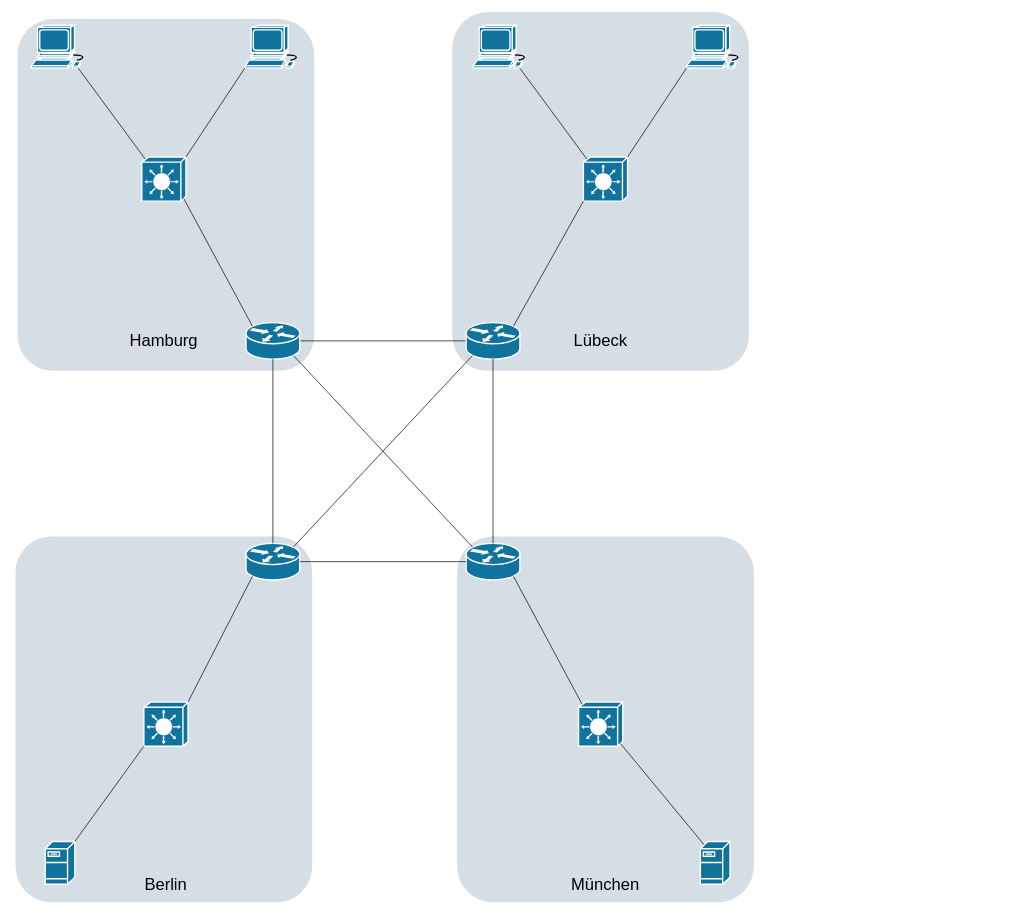
mvxsvchs/LF09 keeps this draw.io diagram as netzwerkplan.drawio. Above is the earlier version. Source tidied: cells renumbered, new cells numbered last; positions are measured from the earlier drawing's top-left corner, leaving out a move shared by most shapes. Both pictures are drawn from the tidied source at 69%, with x=0, y=0 at pixel (15, 12).
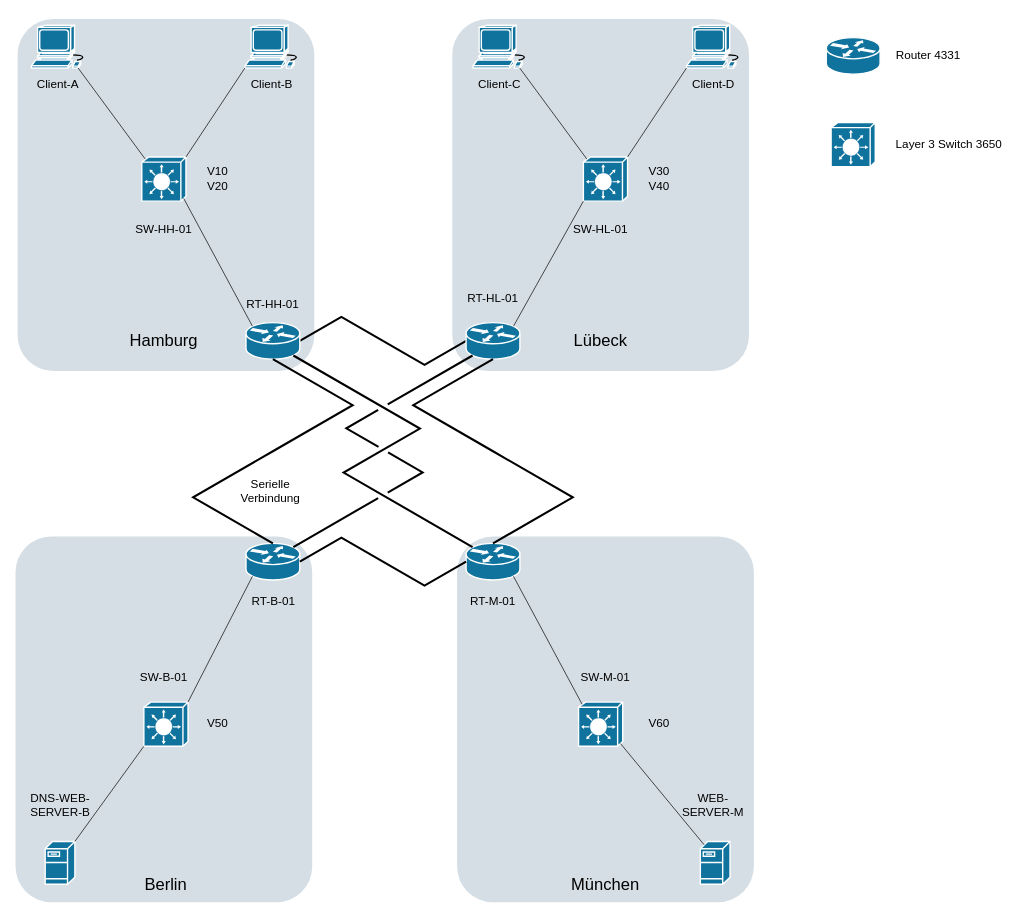
The same diagram, later.

Commit message:
Beschreibungen, Legende und Rune hinzugefügt

Unchanged cells that the change refers to:
```xml
<mxCell id="10" style="shape=mxgraph.cisco.routers.router;html=1;dashed=0;fillColor=#10739E;strokeColor=#ffffff;strokeWidth=2;verticalLabelPosition=bottom;verticalAlign=top;fontFamily=Helvetica;fontSize=36;fontColor=#FFB366;" parent="1" vertex="1">
  <mxGeometry x="334" y="450" width="78" height="53" as="geometry" />
</mxCell>
<mxCell id="11" style="shape=mxgraph.cisco.routers.router;html=1;dashed=0;fillColor=#10739E;strokeColor=#ffffff;strokeWidth=2;verticalLabelPosition=bottom;verticalAlign=top;fontFamily=Helvetica;fontSize=36;fontColor=#FFB366;" parent="1" vertex="1">
  <mxGeometry x="653" y="770" width="78" height="53" as="geometry" />
</mxCell>
<mxCell id="12" style="shape=mxgraph.cisco.routers.router;html=1;dashed=0;fillColor=#10739E;strokeColor=#ffffff;strokeWidth=2;verticalLabelPosition=bottom;verticalAlign=top;fontFamily=Helvetica;fontSize=36;fontColor=#FFB366;" parent="1" vertex="1">
  <mxGeometry x="653" y="450" width="78" height="53" as="geometry" />
</mxCell>
<mxCell id="13" style="shape=mxgraph.cisco.routers.router;html=1;dashed=0;fillColor=#10739E;strokeColor=#ffffff;strokeWidth=2;verticalLabelPosition=bottom;verticalAlign=top;fontFamily=Helvetica;fontSize=36;fontColor=#FFB366;" parent="1" vertex="1">
  <mxGeometry x="334" y="770" width="78" height="53" as="geometry" />
</mxCell>
```

What changed in the source:
```diff
@@
     <mxCell id="5" style="rounded=1;whiteSpace=wrap;html=1;strokeColor=none;fillColor=#BAC8D3;fontSize=24;fontColor=#23445D;align=center;opacity=60;arcSize=12;shadow=0;" parent="1" vertex="1">
-      <mxGeometry x="633" width="430" height="520" as="geometry" />
+      <mxGeometry x="633" y="10" width="430" height="510" as="geometry" />
     </mxCell>
@@
-    <mxCell id="9" style="edgeStyle=orthogonalEdgeStyle;rounded=0;jettySize=auto;html=1;exitX=1;exitY=0.5;exitDx=0;exitDy=0;exitPerimeter=0;endArrow=none;startFill=0;" parent="1" edge="1" source="10" target="12">
+    <mxCell id="9" style="edgeStyle=isometricEdgeStyle;rounded=0;jettySize=auto;html=1;exitX=1;exitY=0.5;exitDx=0;exitDy=0;exitPerimeter=0;endArrow=none;startFill=0;entryX=0;entryY=0.5;entryDx=0;entryDy=0;entryPerimeter=0;strokeColor=light-dark(#000000,#CC0000);strokeWidth=3;" parent="1" edge="1" source="10" target="12">
       <mxGeometry relative="1" as="geometry" />
     </mxCell>
@@
-    <mxCell id="24" style="edgeStyle=orthogonalEdgeStyle;rounded=0;jettySize=auto;html=1;exitX=0.5;exitY=1;exitDx=0;exitDy=0;exitPerimeter=0;entryX=0.5;entryY=0;entryDx=0;entryDy=0;entryPerimeter=0;endArrow=none;startFill=0;" parent="1" edge="1" source="12" target="11">
+    <mxCell id="24" style="edgeStyle=isometricEdgeStyle;rounded=0;jettySize=auto;html=1;exitX=0.5;exitY=1;exitDx=0;exitDy=0;exitPerimeter=0;entryX=0.5;entryY=0;entryDx=0;entryDy=0;entryPerimeter=0;endArrow=none;startFill=0;strokeWidth=3;strokeColor=light-dark(#000000,#CC0000);" parent="1" edge="1" source="12" target="11">
       <mxGeometry relative="1" as="geometry" />
     </mxCell>
-    <mxCell id="25" style="edgeStyle=orthogonalEdgeStyle;rounded=0;jettySize=auto;html=1;exitX=0;exitY=0.5;exitDx=0;exitDy=0;exitPerimeter=0;entryX=1;entryY=0.5;entryDx=0;entryDy=0;entryPerimeter=0;endArrow=none;startFill=0;" parent="1" edge="1" source="11" target="13">
+    <mxCell id="25" style="edgeStyle=isometricEdgeStyle;rounded=0;jettySize=auto;html=1;exitX=0;exitY=0.5;exitDx=0;exitDy=0;exitPerimeter=0;entryX=1;entryY=0.5;entryDx=0;entryDy=0;entryPerimeter=0;endArrow=none;startFill=0;strokeWidth=3;strokeColor=light-dark(#000000,#CC0000);" parent="1" edge="1" source="11" target="13">
       <mxGeometry relative="1" as="geometry" />
     </mxCell>
-    <mxCell id="26" style="edgeStyle=orthogonalEdgeStyle;rounded=0;jettySize=auto;html=1;exitX=0.5;exitY=0;exitDx=0;exitDy=0;exitPerimeter=0;entryX=0.5;entryY=1;entryDx=0;entryDy=0;entryPerimeter=0;endArrow=none;startFill=0;" parent="1" edge="1" source="13" target="10">
+    <mxCell id="26" style="edgeStyle=isometricEdgeStyle;rounded=0;jettySize=auto;html=1;exitX=0.5;exitY=0;exitDx=0;exitDy=0;exitPerimeter=0;entryX=0.5;entryY=1;entryDx=0;entryDy=0;entryPerimeter=0;endArrow=none;startFill=0;elbow=vertical;endSize=6;curved=0;arcSize=20;strokeColor=light-dark(#000000,#CC0000);strokeWidth=3;" parent="1" edge="1" source="13" target="10">
       <mxGeometry relative="1" as="geometry" />
     </mxCell>
@@
-    <mxCell id="38" style="rounded=0;jettySize=auto;html=1;exitX=0.88;exitY=0.9;exitDx=0;exitDy=0;exitPerimeter=0;entryX=0.12;entryY=0.1;entryDx=0;entryDy=0;entryPerimeter=0;endArrow=none;startFill=0;" parent="1" edge="1" source="10" target="11">
-      <mxGeometry relative="1" as="geometry" />
+    <mxCell id="38" style="rounded=0;jettySize=auto;html=1;exitX=0.88;exitY=0.9;exitDx=0;exitDy=0;exitPerimeter=0;entryX=0.12;entryY=0.1;entryDx=0;entryDy=0;entryPerimeter=0;endArrow=none;startFill=0;strokeWidth=3;strokeColor=light-dark(#000000,#CC0000);edgeStyle=isometricEdgeStyle;elbow=vertical;" parent="1" edge="1" source="10" target="11">
+      <mxGeometry relative="1" as="geometry">
+        <Array as="points">
+          <mxPoint x="523" y="640" />
+        </Array>
+      </mxGeometry>
     </mxCell>
-    <mxCell id="39" style="rounded=0;jettySize=auto;html=1;exitX=0.12;exitY=0.9;exitDx=0;exitDy=0;exitPerimeter=0;entryX=0.88;entryY=0.1;entryDx=0;entryDy=0;entryPerimeter=0;endArrow=none;startFill=0;" parent="1" edge="1" source="12" target="13">
-      <mxGeometry relative="1" as="geometry" />
+    <mxCell id="39" style="rounded=0;jettySize=auto;html=1;exitX=0.12;exitY=0.9;exitDx=0;exitDy=0;exitPerimeter=0;entryX=0.88;entryY=0.1;entryDx=0;entryDy=0;entryPerimeter=0;endArrow=none;startFill=0;edgeStyle=isometricEdgeStyle;strokeColor=light-dark(#000000,#CC0000);strokeWidth=3;jumpStyle=gap;jumpSize=12;" parent="1" edge="1" source="12" target="13">
+      <mxGeometry relative="1" as="geometry">
+        <Array as="points">
+          <mxPoint x="543" y="640" />
+        </Array>
+      </mxGeometry>
     </mxCell>
+    <mxCell id="40" value="&lt;font style=&quot;font-size: 17px;&quot;&gt;RT-HH-01&lt;/font&gt;" style="text;html=1;align=center;verticalAlign=middle;whiteSpace=wrap;rounded=0;" parent="1" vertex="1">
+      <mxGeometry x="298" y="410" width="150" height="30" as="geometry" />
+    </mxCell>
+    <mxCell id="41" value="&lt;font style=&quot;font-size: 17px;&quot;&gt;RT-HL-01&lt;/font&gt;" style="text;html=1;align=center;verticalAlign=middle;whiteSpace=wrap;rounded=0;" parent="1" vertex="1">
+      <mxGeometry x="617" y="400" width="150" height="30" as="geometry" />
+    </mxCell>
+    <mxCell id="42" value="&lt;font style=&quot;font-size: 17px;&quot;&gt;RT-B-01&lt;/font&gt;" style="text;html=1;align=center;verticalAlign=middle;whiteSpace=wrap;rounded=0;" parent="1" vertex="1">
+      <mxGeometry x="299" y="840" width="150" height="30" as="geometry" />
+    </mxCell>
+    <mxCell id="43" value="&lt;font style=&quot;font-size: 17px;&quot;&gt;RT-M-01&lt;/font&gt;" style="text;html=1;align=center;verticalAlign=middle;whiteSpace=wrap;rounded=0;" parent="1" vertex="1">
+      <mxGeometry x="617" y="840" width="150" height="30" as="geometry" />
+    </mxCell>
+    <mxCell id="44" value="&lt;font style=&quot;font-size: 17px;&quot;&gt;SW-M-01&lt;/font&gt;" style="text;html=1;align=center;verticalAlign=middle;whiteSpace=wrap;rounded=0;" parent="1" vertex="1">
+      <mxGeometry x="780" y="950" width="150" height="30" as="geometry" />
+    </mxCell>
+    <mxCell id="45" value="&lt;font style=&quot;font-size: 17px;&quot;&gt;SW-B-01&lt;/font&gt;" style="text;html=1;align=center;verticalAlign=middle;whiteSpace=wrap;rounded=0;" parent="1" vertex="1">
+      <mxGeometry x="140" y="950" width="150" height="30" as="geometry" />
+    </mxCell>
+    <mxCell id="46" value="&lt;font style=&quot;font-size: 17px;&quot;&gt;SW&lt;/font&gt;&lt;font style=&quot;font-size: 17px;&quot;&gt;-HL-01&lt;/font&gt;" style="text;html=1;align=center;verticalAlign=middle;whiteSpace=wrap;rounded=0;" parent="1" vertex="1">
+      <mxGeometry x="773" y="300" width="150" height="30" as="geometry" />
+    </mxCell>
+    <mxCell id="47" value="&lt;font style=&quot;font-size: 17px;&quot;&gt;SW-HH-01&lt;/font&gt;" style="text;html=1;align=center;verticalAlign=middle;whiteSpace=wrap;rounded=0;" parent="1" vertex="1">
+      <mxGeometry x="140" y="300" width="150" height="30" as="geometry" />
+    </mxCell>
+    <mxCell id="48" value="&lt;font style=&quot;font-size: 17px;&quot;&gt;Client-A&lt;/font&gt;" style="text;html=1;align=center;verticalAlign=middle;whiteSpace=wrap;rounded=0;" parent="1" vertex="1">
+      <mxGeometry x="23" y="90" width="77" height="30" as="geometry" />
+    </mxCell>
+    <mxCell id="49" value="&lt;font style=&quot;font-size: 17px;&quot;&gt;Client-D&lt;/font&gt;" style="text;html=1;align=center;verticalAlign=middle;whiteSpace=wrap;rounded=0;" parent="1" vertex="1">
+      <mxGeometry x="972.5" y="90" width="77" height="30" as="geometry" />
+    </mxCell>
+    <mxCell id="50" value="&lt;font style=&quot;font-size: 17px;&quot;&gt;Client-B&lt;/font&gt;" style="text;html=1;align=center;verticalAlign=middle;whiteSpace=wrap;rounded=0;" parent="1" vertex="1">
+      <mxGeometry x="332.5" y="90" width="77" height="30" as="geometry" />
+    </mxCell>
+    <mxCell id="51" value="&lt;font style=&quot;font-size: 17px;&quot;&gt;Client-C&lt;/font&gt;" style="text;html=1;align=center;verticalAlign=middle;whiteSpace=wrap;rounded=0;" parent="1" vertex="1">
+      <mxGeometry x="663" y="90" width="77" height="30" as="geometry" />
+    </mxCell>
+    <mxCell id="52" value="&lt;font style=&quot;font-size: 17px;&quot;&gt;DNS-WEB-SERVER-B&lt;/font&gt;" style="text;html=1;align=center;verticalAlign=middle;whiteSpace=wrap;rounded=0;" parent="1" vertex="1">
+      <mxGeometry x="-5.5" y="1120" width="140" height="60" as="geometry" />
+    </mxCell>
+    <mxCell id="53" value="&lt;font style=&quot;font-size: 17px;&quot;&gt;WEB-SERVER-M&lt;/font&gt;" style="text;html=1;align=center;verticalAlign=middle;whiteSpace=wrap;rounded=0;" parent="1" vertex="1">
+      <mxGeometry x="955" y="1120" width="112" height="60" as="geometry" />
+    </mxCell>
+    <mxCell id="54" style="shape=mxgraph.cisco.switches.layer_3_switch;html=1;dashed=0;fillColor=#10739E;strokeColor=#ffffff;strokeWidth=2;verticalLabelPosition=bottom;verticalAlign=top;fontFamily=Helvetica;fontSize=36;fontColor=#FFB366;" parent="1" vertex="1">
+      <mxGeometry x="1182" y="160" width="64" height="64" as="geometry" />
+    </mxCell>
+    <mxCell id="55" style="shape=mxgraph.cisco.routers.router;html=1;dashed=0;fillColor=#10739E;strokeColor=#ffffff;strokeWidth=2;verticalLabelPosition=bottom;verticalAlign=top;fontFamily=Helvetica;fontSize=36;fontColor=#FFB366;" parent="1" vertex="1">
+      <mxGeometry x="1175" y="37" width="78" height="53" as="geometry" />
+    </mxCell>
+    <mxCell id="56" value="&lt;font style=&quot;font-size: 17px;&quot;&gt;Router 4331&lt;/font&gt;" style="text;html=1;align=center;verticalAlign=middle;whiteSpace=wrap;rounded=0;" parent="1" vertex="1">
+      <mxGeometry x="1273" y="48.5" width="100" height="30" as="geometry" />
+    </mxCell>
+    <mxCell id="57" value="&lt;font style=&quot;font-size: 17px;&quot;&gt;Layer 3 Switch 3650&lt;/font&gt;" style="text;html=1;align=center;verticalAlign=middle;whiteSpace=wrap;rounded=0;" parent="1" vertex="1">
+      <mxGeometry x="1273" y="177" width="160" height="30" as="geometry" />
+    </mxCell>
+    <mxCell id="58" value="&lt;font style=&quot;font-size: 17px;&quot;&gt;V10 V20&lt;/font&gt;" style="text;html=1;align=center;verticalAlign=middle;whiteSpace=wrap;rounded=0;" parent="1" vertex="1">
+      <mxGeometry x="263" y="219" width="60" height="46" as="geometry" />
+    </mxCell>
+    <mxCell id="59" value="&lt;font style=&quot;font-size: 17px;&quot;&gt;V30 V40&lt;/font&gt;" style="text;html=1;align=center;verticalAlign=middle;whiteSpace=wrap;rounded=0;" parent="1" vertex="1">
+      <mxGeometry x="903" y="219" width="60" height="46" as="geometry" />
+    </mxCell>
+    <mxCell id="60" value="&lt;font style=&quot;font-size: 17px;&quot;&gt;V50&lt;/font&gt;" style="text;html=1;align=center;verticalAlign=middle;whiteSpace=wrap;rounded=0;" parent="1" vertex="1">
+      <mxGeometry x="263" y="1009" width="60" height="46" as="geometry" />
+    </mxCell>
+    <mxCell id="61" value="&lt;font style=&quot;font-size: 17px;&quot;&gt;V60&lt;/font&gt;" style="text;html=1;align=center;verticalAlign=middle;whiteSpace=wrap;rounded=0;" parent="1" vertex="1">
+      <mxGeometry x="903" y="1009" width="60" height="46" as="geometry" />
+    </mxCell>
+    <mxCell id="62" value="&lt;font style=&quot;font-size: 17px;&quot;&gt;Serielle Verbindung&lt;/font&gt;" style="text;html=1;align=center;verticalAlign=middle;whiteSpace=wrap;rounded=0;" parent="1" vertex="1">
+      <mxGeometry x="298" y="680" width="143" height="30" as="geometry" />
+    </mxCell>
```
